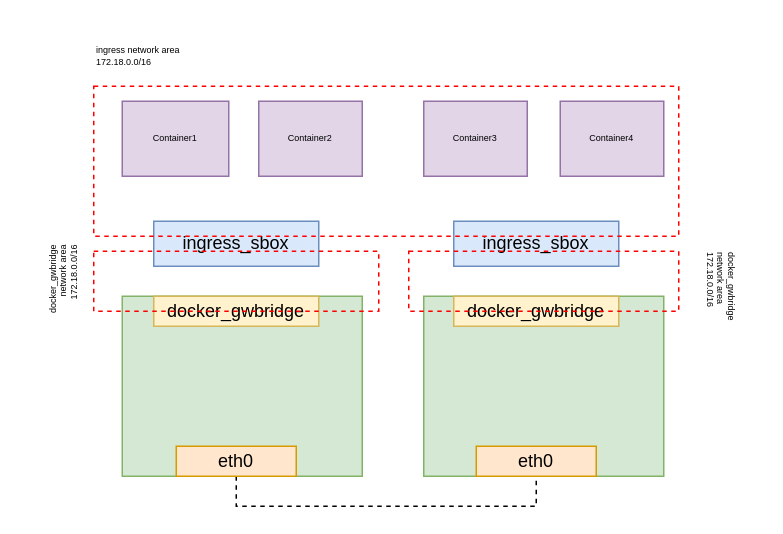
Before: Untitled Diagram.drawio in burnpota/drawio, a draw.io diagram. Source tidied: cells renumbered, new cells numbered last; positions are measured from the earlier drawing's top-left corner, leaving out a move shared by most shapes. Both pictures are drawn from the tidied source at 150%, with x=0, y=0 at pixel (-12, 26).
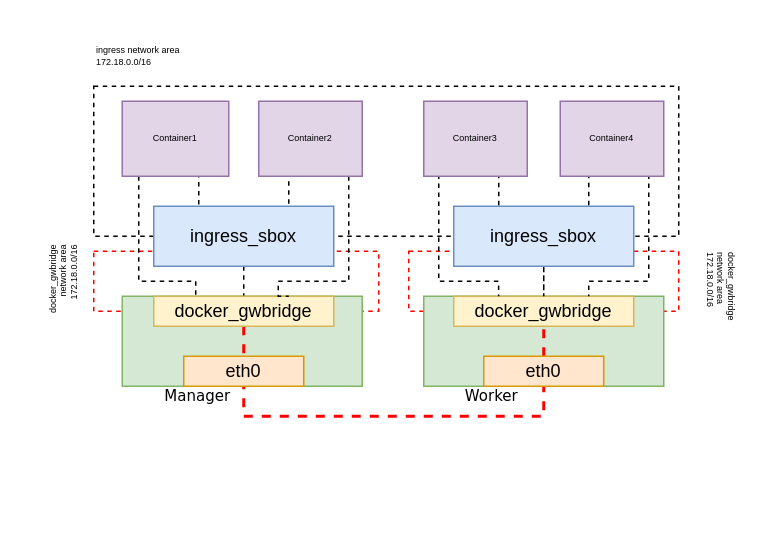
The same page after the edit.

Unchanged cells that the change refers to:
```xml
<mxCell id="15" value="Container1" style="rounded=0;whiteSpace=wrap;html=1;fontSize=6;strokeColor=#9673a6;fillColor=#e1d5e7;" parent="1" vertex="1">
  <mxGeometry x="89" y="50" width="71" height="50" as="geometry" />
</mxCell>
<mxCell id="16" value="Container2" style="rounded=0;whiteSpace=wrap;html=1;fontSize=6;strokeColor=#9673a6;fillColor=#e1d5e7;" parent="1" vertex="1">
  <mxGeometry x="180" y="50" width="69" height="50" as="geometry" />
</mxCell>
<mxCell id="17" value="Container3" style="rounded=0;whiteSpace=wrap;html=1;fontSize=6;strokeColor=#9673a6;fillColor=#e1d5e7;" parent="1" vertex="1">
  <mxGeometry x="290" y="50" width="69" height="50" as="geometry" />
</mxCell>
<mxCell id="18" value="Container4" style="rounded=0;whiteSpace=wrap;html=1;fontSize=6;strokeColor=#9673a6;fillColor=#e1d5e7;" parent="1" vertex="1">
  <mxGeometry x="381" y="50" width="69" height="50" as="geometry" />
</mxCell>
```

The edit, as a diff of the source:
```diff
@@
+    <mxCell id="14" style="rounded=0;whiteSpace=wrap;html=1;fillColor=none;dashed=1;strokeColor=#FF0000;" parent="1" vertex="1">
+      <mxGeometry x="280" y="150" width="180" height="40" as="geometry" />
+    </mxCell>
+    <mxCell id="11" style="rounded=0;whiteSpace=wrap;html=1;fillColor=none;dashed=1;strokeColor=#FF0000;" parent="1" vertex="1">
+      <mxGeometry x="70" y="150" width="190" height="40" as="geometry" />
+    </mxCell>
+    <mxCell id="19" style="rounded=0;whiteSpace=wrap;html=1;fillColor=none;dashed=1;strokeColor=#000000;" parent="1" vertex="1">
+      <mxGeometry x="70" y="40" width="390" height="100" as="geometry" />
+    </mxCell>
     <mxCell id="2" style="rounded=0;whiteSpace=wrap;html=1;fillColor=#d5e8d4;strokeColor=#82b366;" parent="1" vertex="1">
-      <mxGeometry x="89" y="180" width="160" height="120" as="geometry" />
+      <mxGeometry x="89" y="180" width="160" height="60" as="geometry" />
     </mxCell>
     <mxCell id="3" style="rounded=0;whiteSpace=wrap;html=1;fillColor=#d5e8d4;strokeColor=#82b366;" parent="1" vertex="1">
-      <mxGeometry x="290" y="180" width="160" height="120" as="geometry" />
+      <mxGeometry x="290" y="180" width="160" height="60" as="geometry" />
     </mxCell>
+    <mxCell id="21" style="edgeStyle=orthogonalEdgeStyle;rounded=0;jettySize=auto;html=1;exitX=0.5;exitY=1;exitDx=0;exitDy=0;entryX=0.5;entryY=0;entryDx=0;entryDy=0;dashed=1;endArrow=none;endFill=0;strokeColor=#000000;strokeWidth=1;" parent="1" edge="1" source="4" target="8">
+      <mxGeometry relative="1" as="geometry" />
+    </mxCell>
-    <mxCell id="4" value="ingress_sbox" style="rounded=0;whiteSpace=wrap;html=1;fillColor=#dae8fc;strokeColor=#6c8ebf;" parent="1" vertex="1">
-      <mxGeometry x="110" y="130" width="110" height="30" as="geometry" />
+    <mxCell id="4" value="ingress_sbox&lt;br&gt;" style="rounded=0;whiteSpace=wrap;html=1;fillColor=#dae8fc;strokeColor=#6c8ebf;" parent="1" vertex="1">
+      <mxGeometry x="110" y="120" width="120" height="40" as="geometry" />
     </mxCell>
-    <mxCell id="5" style="edgeStyle=orthogonalEdgeStyle;rounded=0;jettySize=auto;html=1;exitX=0.5;exitY=1;exitDx=0;exitDy=0;entryX=0.5;entryY=1;entryDx=0;entryDy=0;dashed=1;endArrow=none;endFill=0;" parent="1" edge="1" source="6" target="7">
-      <mxGeometry relative="1" as="geometry" />
+    <mxCell id="5" style="edgeStyle=orthogonalEdgeStyle;rounded=0;jettySize=auto;html=1;exitX=0.5;exitY=1;exitDx=0;exitDy=0;entryX=0.5;entryY=1;entryDx=0;entryDy=0;dashed=1;endArrow=none;endFill=0;strokeColor=#FF0000;strokeWidth=2;" parent="1" edge="1" source="8" target="9">
+      <mxGeometry relative="1" as="geometry">
+        <Array as="points">
+          <mxPoint x="170" y="260" />
+          <mxPoint x="370" y="260" />
+        </Array>
+      </mxGeometry>
     </mxCell>
     <mxCell id="6" value="eth0" style="rounded=0;whiteSpace=wrap;html=1;fillColor=#ffe6cc;strokeColor=#d79b00;" parent="1" vertex="1">
-      <mxGeometry x="125" y="280" width="80" height="20" as="geometry" />
+      <mxGeometry x="130" y="220" width="80" height="20" as="geometry" />
     </mxCell>
     <mxCell id="7" value="eth0" style="rounded=0;whiteSpace=wrap;html=1;fillColor=#ffe6cc;strokeColor=#d79b00;" parent="1" vertex="1">
-      <mxGeometry x="325" y="280" width="80" height="20" as="geometry" />
+      <mxGeometry x="330" y="220" width="80" height="20" as="geometry" />
     </mxCell>
     <mxCell id="8" value="docker_gwbridge" style="rounded=0;whiteSpace=wrap;html=1;fillColor=#fff2cc;strokeColor=#d6b656;" parent="1" vertex="1">
-      <mxGeometry x="110" y="180" width="110" height="20" as="geometry" />
+      <mxGeometry x="110" y="180" width="120" height="20" as="geometry" />
     </mxCell>
     <mxCell id="9" value="docker_gwbridge" style="rounded=0;whiteSpace=wrap;html=1;fillColor=#fff2cc;strokeColor=#d6b656;" parent="1" vertex="1">
-      <mxGeometry x="310" y="180" width="110" height="20" as="geometry" />
+      <mxGeometry x="310" y="180" width="120" height="20" as="geometry" />
     </mxCell>
+    <mxCell id="22" style="edgeStyle=orthogonalEdgeStyle;rounded=0;jettySize=auto;html=1;exitX=0.5;exitY=1;exitDx=0;exitDy=0;dashed=1;endArrow=none;endFill=0;strokeColor=#000000;strokeWidth=1;" parent="1" edge="1" source="10" target="14">
+      <mxGeometry relative="1" as="geometry" />
+    </mxCell>
-    <mxCell id="10" value="ingress_sbox" style="rounded=0;whiteSpace=wrap;html=1;fillColor=#dae8fc;strokeColor=#6c8ebf;" parent="1" vertex="1">
-      <mxGeometry x="310" y="130" width="110" height="30" as="geometry" />
+    <mxCell id="10" value="ingress_sbox&lt;br&gt;" style="rounded=0;whiteSpace=wrap;html=1;fillColor=#dae8fc;strokeColor=#6c8ebf;" parent="1" vertex="1">
+      <mxGeometry x="310" y="120" width="120" height="40" as="geometry" />
     </mxCell>
-    <mxCell id="11" style="rounded=0;whiteSpace=wrap;html=1;fillColor=none;dashed=1;strokeColor=#FF0000;" parent="1" vertex="1">
-      <mxGeometry x="70" y="150" width="190" height="40" as="geometry" />
-    </mxCell>
@@
-    <mxCell id="14" style="rounded=0;whiteSpace=wrap;html=1;fillColor=none;dashed=1;strokeColor=#FF0000;" parent="1" vertex="1">
-      <mxGeometry x="280" y="150" width="180" height="40" as="geometry" />
-    </mxCell>
+    <mxCell id="23" style="edgeStyle=orthogonalEdgeStyle;rounded=0;jettySize=auto;html=1;entryX=0.25;entryY=0;entryDx=0;entryDy=0;endArrow=none;endFill=0;dashed=1;" parent="1" edge="1" source="15" target="8">
+      <mxGeometry relative="1" as="geometry">
+        <Array as="points">
+          <mxPoint x="100" y="170" />
+          <mxPoint x="138" y="170" />
+        </Array>
+      </mxGeometry>
+    </mxCell>
+    <mxCell id="24" style="edgeStyle=orthogonalEdgeStyle;rounded=0;jettySize=auto;html=1;exitX=0.75;exitY=1;exitDx=0;exitDy=0;entryX=0.25;entryY=0;entryDx=0;entryDy=0;dashed=1;endArrow=none;endFill=0;strokeColor=#000000;strokeWidth=1;" parent="1" edge="1" source="15" target="4">
+      <mxGeometry relative="1" as="geometry" />
+    </mxCell>
@@
+    <mxCell id="25" style="edgeStyle=orthogonalEdgeStyle;rounded=0;jettySize=auto;html=1;entryX=0.75;entryY=0;entryDx=0;entryDy=0;dashed=1;endArrow=none;endFill=0;" parent="1" edge="1" source="16" target="8">
+      <mxGeometry relative="1" as="geometry">
+        <Array as="points">
+          <mxPoint x="240" y="170" />
+          <mxPoint x="193" y="170" />
+        </Array>
+      </mxGeometry>
+    </mxCell>
+    <mxCell id="26" style="edgeStyle=orthogonalEdgeStyle;rounded=0;jettySize=auto;html=1;exitX=0.25;exitY=1;exitDx=0;exitDy=0;entryX=0.75;entryY=0;entryDx=0;entryDy=0;dashed=1;endArrow=none;endFill=0;strokeColor=#000000;strokeWidth=1;" parent="1" edge="1" source="16" target="4">
+      <mxGeometry relative="1" as="geometry" />
+    </mxCell>
@@
+    <mxCell id="27" style="edgeStyle=orthogonalEdgeStyle;rounded=0;jettySize=auto;html=1;exitX=0.25;exitY=1;exitDx=0;exitDy=0;entryX=0.333;entryY=0.75;entryDx=0;entryDy=0;entryPerimeter=0;dashed=1;endArrow=none;endFill=0;strokeColor=#000000;strokeWidth=1;" parent="1" edge="1" source="17" target="14">
+      <mxGeometry relative="1" as="geometry">
+        <Array as="points">
+          <mxPoint x="300" y="100" />
+          <mxPoint x="300" y="170" />
+          <mxPoint x="340" y="170" />
+        </Array>
+      </mxGeometry>
+    </mxCell>
+    <mxCell id="28" style="edgeStyle=orthogonalEdgeStyle;rounded=0;jettySize=auto;html=1;exitX=0.75;exitY=1;exitDx=0;exitDy=0;entryX=0.25;entryY=0;entryDx=0;entryDy=0;dashed=1;endArrow=none;endFill=0;strokeColor=#000000;strokeWidth=1;" parent="1" edge="1" source="17" target="10">
+      <mxGeometry relative="1" as="geometry" />
+    </mxCell>
@@
+    <mxCell id="29" style="edgeStyle=orthogonalEdgeStyle;rounded=0;jettySize=auto;html=1;exitX=0.75;exitY=1;exitDx=0;exitDy=0;entryX=0.75;entryY=0;entryDx=0;entryDy=0;dashed=1;endArrow=none;endFill=0;strokeColor=#000000;strokeWidth=1;" parent="1" edge="1" source="18" target="9">
+      <mxGeometry relative="1" as="geometry">
+        <Array as="points">
+          <mxPoint x="440" y="100" />
+          <mxPoint x="440" y="170" />
+          <mxPoint x="400" y="170" />
+        </Array>
+      </mxGeometry>
+    </mxCell>
+    <mxCell id="30" style="edgeStyle=orthogonalEdgeStyle;rounded=0;jettySize=auto;html=1;exitX=0.25;exitY=1;exitDx=0;exitDy=0;entryX=0.75;entryY=0;entryDx=0;entryDy=0;dashed=1;endArrow=none;endFill=0;strokeColor=#000000;strokeWidth=1;" parent="1" edge="1" source="18" target="10">
+      <mxGeometry relative="1" as="geometry" />
+    </mxCell>
@@
-    <mxCell id="19" style="rounded=0;whiteSpace=wrap;html=1;fillColor=none;dashed=1;strokeColor=#FF0000;" parent="1" vertex="1">
-      <mxGeometry x="70" y="40" width="390" height="100" as="geometry" />
-    </mxCell>
@@
+    <mxCell id="31" value="Manager" style="text;html=1;align=center;verticalAlign=middle;strokeColor=none;fillColor=none;fontSize=10;fontFamily=Verdana;" parent="1" vertex="1">
+      <mxGeometry x="104" y="231" width="70" height="30" as="geometry" />
+    </mxCell>
+    <mxCell id="32" value="Worker" style="text;html=1;align=center;verticalAlign=middle;strokeColor=none;fillColor=none;fontSize=10;fontFamily=Verdana;" parent="1" vertex="1">
+      <mxGeometry x="305" y="231" width="60" height="30" as="geometry" />
+    </mxCell>
```
